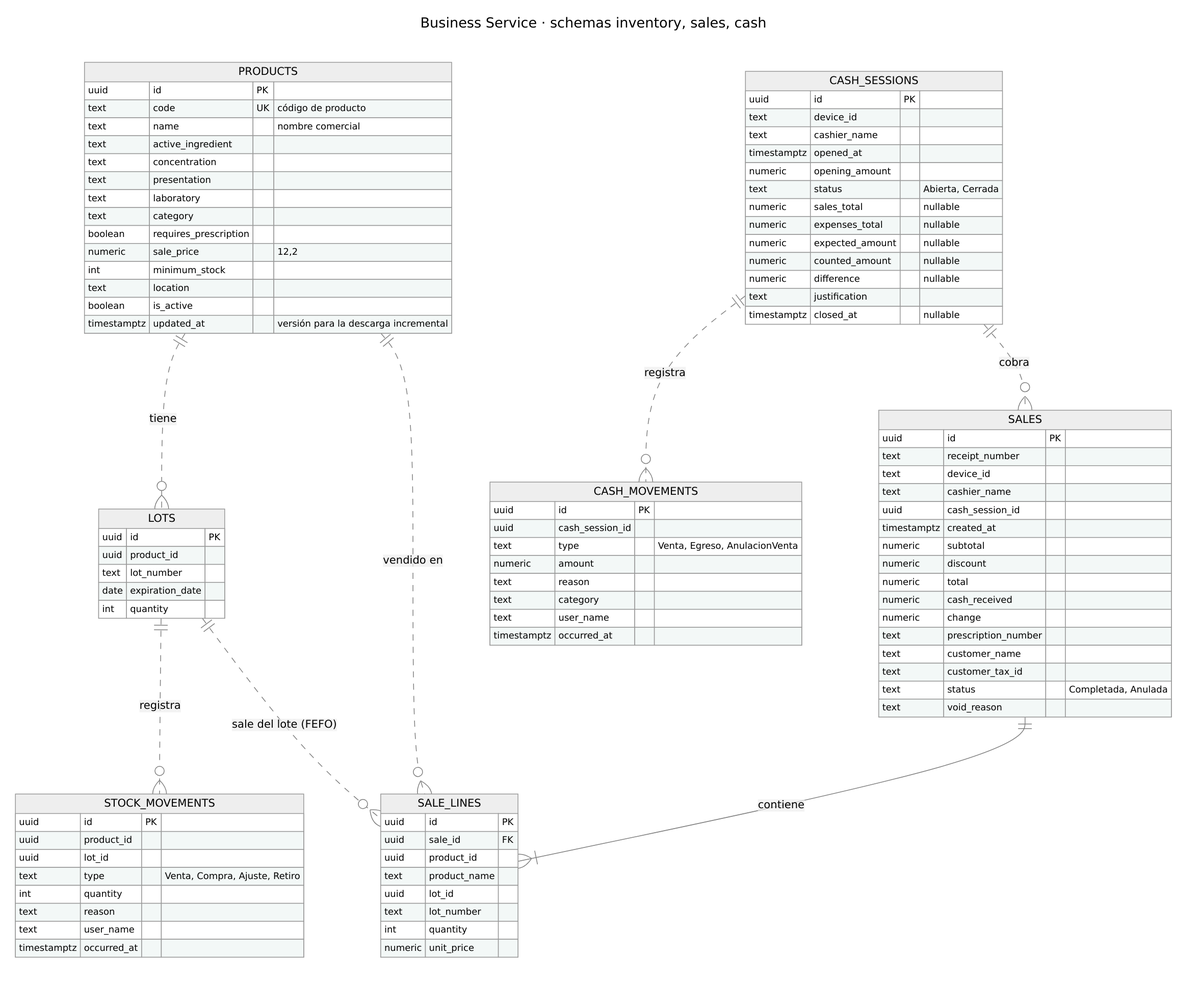
Above: modelos/bd/er-business.png in daniel69zz/legasoft (Mermaid), before the change. Its source is kept beside it as modelos/bd/er-business.mmd. Its diagram source:
```mermaid
---
title: Business Service · schemas inventory, sales, cash
---
erDiagram
    PRODUCTS {
        uuid id PK
        text code UK "código de producto"
        text name "nombre comercial"
        text active_ingredient
        text concentration
        text presentation
        text laboratory
        text category
        boolean requires_prescription
        numeric sale_price "12,2"
        int minimum_stock
        text location
        boolean is_active
        timestamptz updated_at "versión para la descarga incremental"
    }
    LOTS {
        uuid id PK
        uuid product_id
        text lot_number
        date expiration_date
        int quantity
    }
    STOCK_MOVEMENTS {
        uuid id PK
        uuid product_id
        uuid lot_id
        text type "Venta, Compra, Ajuste, Retiro"
        int quantity
        text reason
        text user_name
        timestamptz occurred_at
    }
    SALES {
        uuid id PK
        text receipt_number
        text device_id
        text cashier_name
        uuid cash_session_id
        timestamptz created_at
        numeric subtotal
        numeric discount
        numeric total
        numeric cash_received
        numeric change
        text prescription_number
        text customer_name
        text customer_tax_id
        text status "Completada, Anulada"
        text void_reason
    }
    SALE_LINES {
        uuid id PK
        uuid sale_id FK
        uuid product_id
        text product_name
        uuid lot_id
        text lot_number
        int quantity
        numeric unit_price
    }
    CASH_SESSIONS {
        uuid id PK
        text device_id
        text cashier_name
        timestamptz opened_at
        numeric opening_amount
        text status "Abierta, Cerrada"
        numeric sales_total "nullable"
        numeric expenses_total "nullable"
        numeric expected_amount "nullable"
        numeric counted_amount "nullable"
        numeric difference "nullable"
        text justification
        timestamptz closed_at "nullable"
    }
    CASH_MOVEMENTS {
        uuid id PK
        uuid cash_session_id
        text type "Venta, Egreso, AnulacionVenta"
        numeric amount
        text reason
        text category
        text user_name
        timestamptz occurred_at
    }
    PRODUCTS ||..o{ LOTS : "tiene"
    LOTS ||..o{ STOCK_MOVEMENTS : "registra"
    SALES ||--|{ SALE_LINES : "contiene"
    PRODUCTS ||..o{ SALE_LINES : "vendido en"
    LOTS ||..o{ SALE_LINES : "sale del lote (FEFO)"
    CASH_SESSIONS ||..o{ CASH_MOVEMENTS : "registra"
    CASH_SESSIONS ||..o{ SALES : "cobra"
```
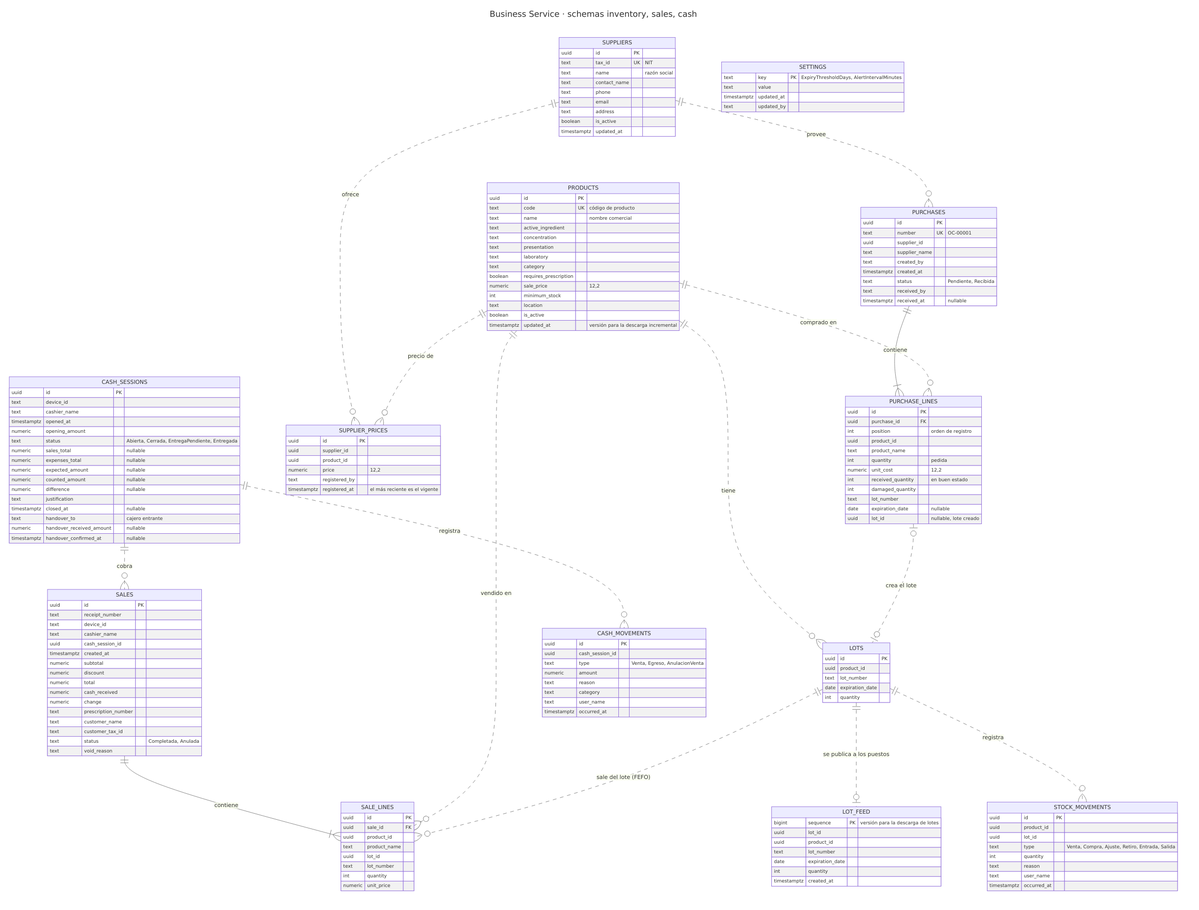
The same file after the commit.

What changed in the source:
```diff
@@ -29,11 +29,70 @@
         uuid id PK
         uuid product_id
         uuid lot_id
-        text type "Venta, Compra, Ajuste, Retiro"
+        text type "Venta, Compra, Ajuste, Retiro, Entrada, Salida"
         int quantity
         text reason
         text user_name
         timestamptz occurred_at
+    }
+    SUPPLIERS {
+        uuid id PK
+        text tax_id UK "NIT"
+        text name "razón social"
+        text contact_name
+        text phone
+        text email
+        text address
+        boolean is_active
+        timestamptz updated_at
+    }
+    PURCHASES {
+        uuid id PK
+        text number UK "OC-00001"
+        uuid supplier_id
+        text supplier_name
+        text created_by
+        timestamptz created_at
+        text status "Pendiente, Recibida"
+        text received_by
+        timestamptz received_at "nullable"
+    }
+    PURCHASE_LINES {
+        uuid id PK
+        uuid purchase_id FK
+        int position "orden de registro"
+        uuid product_id
+        text product_name
+        int quantity "pedida"
+        numeric unit_cost "12,2"
+        int received_quantity "en buen estado"
+        int damaged_quantity
+        text lot_number
+        date expiration_date "nullable"
+        uuid lot_id "nullable, lote creado"
+    }
+    SUPPLIER_PRICES {
+        uuid id PK
+        uuid supplier_id
+        uuid product_id
+        numeric price "12,2"
+        text registered_by
+        timestamptz registered_at "el más reciente es el vigente"
+    }
+    LOT_FEED {
+        bigint sequence PK "versión para la descarga de lotes"
+        uuid lot_id
+        uuid product_id
+        text lot_number
+        date expiration_date
+        int quantity
+        timestamptz created_at
+    }
+    SETTINGS {
+        text key PK "ExpiryThresholdDays, AlertIntervalMinutes"
+        text value
+        timestamptz updated_at
+        text updated_by
     }
     SALES {
         uuid id PK
@@ -69,7 +128,7 @@
         text cashier_name
         timestamptz opened_at
         numeric opening_amount
-        text status "Abierta, Cerrada"
+        text status "Abierta, Cerrada, EntregaPendiente, Entregada"
         numeric sales_total "nullable"
         numeric expenses_total "nullable"
         numeric expected_amount "nullable"
@@ -77,6 +136,9 @@
         numeric difference "nullable"
         text justification
         timestamptz closed_at "nullable"
+        text handover_to "cajero entrante"
+        numeric handover_received_amount "nullable"
+        timestamptz handover_confirmed_at "nullable"
     }
     CASH_MOVEMENTS {
         uuid id PK
@@ -90,6 +152,13 @@
     }
     PRODUCTS ||..o{ LOTS : "tiene"
     LOTS ||..o{ STOCK_MOVEMENTS : "registra"
+    SUPPLIERS ||..o{ PURCHASES : "provee"
+    PURCHASES ||--|{ PURCHASE_LINES : "contiene"
+    PRODUCTS ||..o{ PURCHASE_LINES : "comprado en"
+    PURCHASE_LINES |o..o| LOTS : "crea el lote"
+    LOTS ||..o| LOT_FEED : "se publica a los puestos"
+    SUPPLIERS ||..o{ SUPPLIER_PRICES : "ofrece"
+    PRODUCTS ||..o{ SUPPLIER_PRICES : "precio de"
     SALES ||--|{ SALE_LINES : "contiene"
     PRODUCTS ||..o{ SALE_LINES : "vendido en"
     LOTS ||..o{ SALE_LINES : "sale del lote (FEFO)"
```
